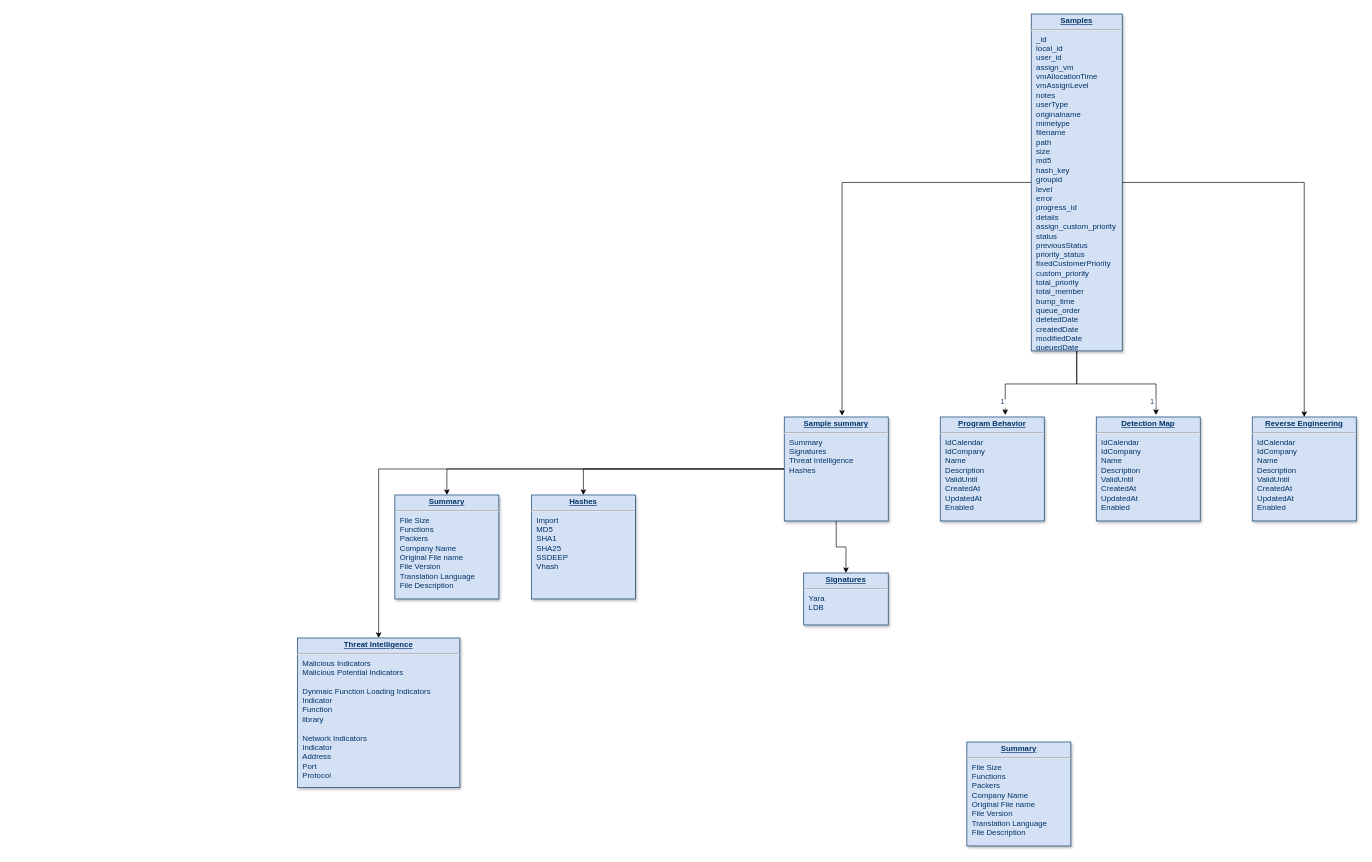
Above: Untitled Diagram.drawio in ayonsaha2011/actix-web-rest-api-with-jwt (draw.io), before the change. Source tidied: cells renumbered, new cells numbered last; positions are measured from the earlier drawing's top-left corner, leaving out a move shared by most shapes. Both pictures are drawn from the tidied source at 65%, with x=0, y=0 at pixel (297, 14).
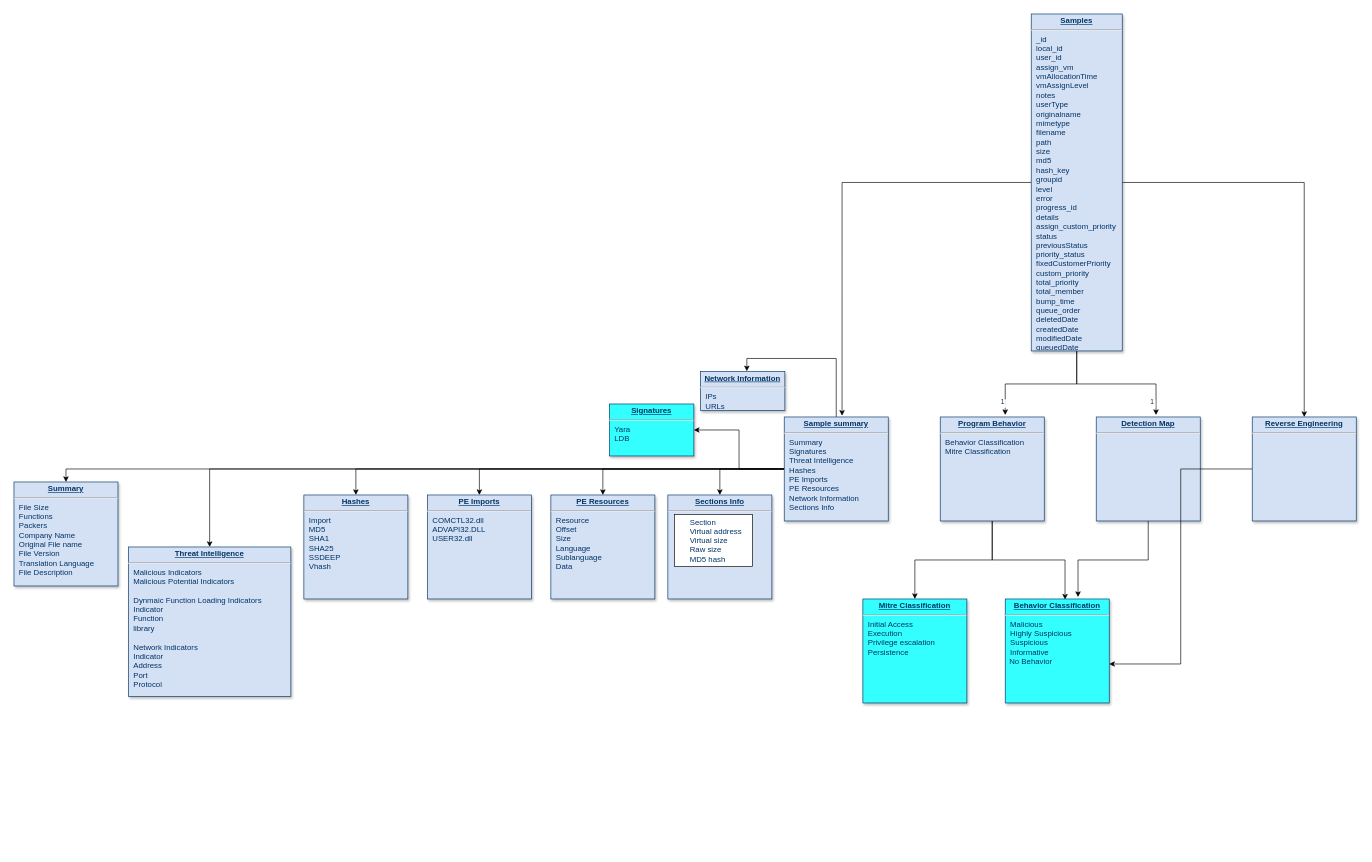
The same diagram, later.

Change to the diagram source:
```diff
@@
+    <mxCell id="22" style="edgeStyle=orthogonalEdgeStyle;rounded=0;jettySize=auto;html=1;entryX=0.5;entryY=0;entryDx=0;entryDy=0;" parent="1" edge="1" source="6" target="30">
+      <mxGeometry relative="1" as="geometry" />
+    </mxCell>
+    <mxCell id="23" style="edgeStyle=orthogonalEdgeStyle;rounded=0;jettySize=auto;html=1;entryX=0.5;entryY=0;entryDx=0;entryDy=0;" parent="1" edge="1" source="6" target="31">
+      <mxGeometry relative="1" as="geometry" />
+    </mxCell>
+    <mxCell id="24" style="edgeStyle=orthogonalEdgeStyle;rounded=0;jettySize=auto;html=1;entryX=0.55;entryY=-0.006;entryDx=0;entryDy=0;entryPerimeter=0;" parent="1" edge="1" source="6" target="21">
+      <mxGeometry relative="1" as="geometry" />
+    </mxCell>
+    <mxCell id="25" style="edgeStyle=orthogonalEdgeStyle;rounded=0;jettySize=auto;html=1;entryX=0.5;entryY=0;entryDx=0;entryDy=0;" parent="1" edge="1" source="6" target="32">
+      <mxGeometry relative="1" as="geometry" />
+    </mxCell>
-    <mxCell id="6" value="&lt;p style=&quot;margin: 4px 0px 0px ; text-align: center&quot;&gt;&lt;b&gt;&lt;u&gt;Sample summary&lt;/u&gt;&lt;/b&gt;&lt;br&gt;&lt;/p&gt;&lt;hr&gt;&lt;p style=&quot;margin: 0px ; margin-left: 8px&quot;&gt;Summary&lt;/p&gt;&lt;p style=&quot;margin: 0px ; margin-left: 8px&quot;&gt;Signatures&lt;br&gt;&lt;/p&gt;&lt;p style=&quot;margin: 0px ; margin-left: 8px&quot;&gt;Threat Intelligence&lt;br&gt;&lt;/p&gt;&lt;p style=&quot;margin: 0px ; margin-left: 8px&quot;&gt;Hashes&lt;br&gt;&lt;/p&gt;" style="verticalAlign=top;align=left;overflow=fill;fontSize=12;fontFamily=Helvetica;html=1;strokeColor=#003366;shadow=1;fillColor=#D4E1F5;fontColor=#003366;" parent="1" vertex="1">
+    <mxCell id="6" value="&lt;p style=&quot;margin: 4px 0px 0px ; text-align: center&quot;&gt;&lt;b&gt;&lt;u&gt;Sample summary&lt;/u&gt;&lt;/b&gt;&lt;br&gt;&lt;/p&gt;&lt;hr&gt;&lt;p style=&quot;margin: 0px ; margin-left: 8px&quot;&gt;Summary&lt;/p&gt;&lt;p style=&quot;margin: 0px ; margin-left: 8px&quot;&gt;Signatures&lt;br&gt;&lt;/p&gt;&lt;p style=&quot;margin: 0px ; margin-left: 8px&quot;&gt;Threat Intelligence&lt;br&gt;&lt;/p&gt;&lt;p style=&quot;margin: 0px ; margin-left: 8px&quot;&gt;Hashes&lt;br&gt;&lt;/p&gt;&lt;p style=&quot;margin: 0px ; margin-left: 8px&quot;&gt;PE Imports&lt;br&gt;&lt;/p&gt;&lt;p style=&quot;margin: 0px ; margin-left: 8px&quot;&gt;PE Resources&lt;br&gt;&lt;/p&gt;&lt;p style=&quot;margin: 0px ; margin-left: 8px&quot;&gt;Network Information&lt;br&gt;&lt;/p&gt;&lt;p style=&quot;margin: 0px ; margin-left: 8px&quot;&gt;Sections Info&lt;br&gt;&lt;/p&gt;" style="verticalAlign=top;align=left;overflow=fill;fontSize=12;fontFamily=Helvetica;html=1;strokeColor=#003366;shadow=1;fillColor=#D4E1F5;fontColor=#003366;" parent="1" vertex="1">
       <mxGeometry x="749" y="620" width="160" height="160" as="geometry" />
     </mxCell>
@@
+    <mxCell id="26" style="edgeStyle=orthogonalEdgeStyle;rounded=0;jettySize=auto;html=1;entryX=0.575;entryY=0.006;entryDx=0;entryDy=0;entryPerimeter=0;" parent="1" edge="1" source="12" target="34">
+      <mxGeometry relative="1" as="geometry" />
+    </mxCell>
+    <mxCell id="27" style="edgeStyle=orthogonalEdgeStyle;rounded=0;jettySize=auto;html=1;entryX=0.5;entryY=0;entryDx=0;entryDy=0;" parent="1" edge="1" source="12" target="35">
+      <mxGeometry relative="1" as="geometry" />
+    </mxCell>
-    <mxCell id="12" value="&lt;p style=&quot;margin: 4px 0px 0px ; text-align: center&quot;&gt;&lt;b&gt;&lt;u&gt;Program Behavior&lt;/u&gt;&lt;/b&gt;&lt;br&gt;&lt;/p&gt;&lt;hr&gt;&lt;p style=&quot;margin: 0px ; margin-left: 8px&quot;&gt;IdCalendar&lt;/p&gt;&lt;p style=&quot;margin: 0px ; margin-left: 8px&quot;&gt;IdCompany&lt;/p&gt;&lt;p style=&quot;margin: 0px ; margin-left: 8px&quot;&gt;Name&lt;/p&gt;&lt;p style=&quot;margin: 0px ; margin-left: 8px&quot;&gt;Description&lt;/p&gt;&lt;p style=&quot;margin: 0px ; margin-left: 8px&quot;&gt;ValidUntil&lt;/p&gt;&lt;p style=&quot;margin: 0px ; margin-left: 8px&quot;&gt;CreatedAt&lt;/p&gt;&lt;p style=&quot;margin: 0px ; margin-left: 8px&quot;&gt;UpdatedAt&lt;/p&gt;&lt;p style=&quot;margin: 0px ; margin-left: 8px&quot;&gt;Enabled&lt;/p&gt;" style="verticalAlign=top;align=left;overflow=fill;fontSize=12;fontFamily=Helvetica;html=1;strokeColor=#003366;shadow=1;fillColor=#D4E1F5;fontColor=#003366;" parent="1" vertex="1">
+    <mxCell id="12" value="&lt;p style=&quot;margin: 4px 0px 0px ; text-align: center&quot;&gt;&lt;b&gt;&lt;u&gt;Program Behavior&lt;/u&gt;&lt;/b&gt;&lt;br&gt;&lt;/p&gt;&lt;hr&gt;&lt;p style=&quot;margin: 0px ; margin-left: 8px&quot;&gt;Behavior Classification&lt;br&gt;&lt;/p&gt;&lt;p style=&quot;margin: 0px ; margin-left: 8px&quot;&gt;Mitre Classification&lt;br&gt;&lt;/p&gt;&lt;p style=&quot;margin: 0px ; margin-left: 8px&quot;&gt;&lt;br&gt;&lt;/p&gt;" style="verticalAlign=top;align=left;overflow=fill;fontSize=12;fontFamily=Helvetica;html=1;strokeColor=#003366;shadow=1;fillColor=#D4E1F5;fontColor=#003366;" parent="1" vertex="1">
       <mxGeometry x="989" y="620" width="160" height="160" as="geometry" />
     </mxCell>
@@
+    <mxCell id="28" style="edgeStyle=orthogonalEdgeStyle;rounded=0;jettySize=auto;html=1;entryX=0.7;entryY=-0.019;entryDx=0;entryDy=0;entryPerimeter=0;" parent="1" edge="1" source="14" target="34">
+      <mxGeometry relative="1" as="geometry" />
+    </mxCell>
-    <mxCell id="14" value="&lt;p style=&quot;margin: 4px 0px 0px ; text-align: center&quot;&gt;&lt;b&gt;&lt;u&gt;Detection Map&lt;/u&gt;&lt;/b&gt;&lt;br&gt;&lt;/p&gt;&lt;hr&gt;&lt;p style=&quot;margin: 0px ; margin-left: 8px&quot;&gt;IdCalendar&lt;/p&gt;&lt;p style=&quot;margin: 0px ; margin-left: 8px&quot;&gt;IdCompany&lt;/p&gt;&lt;p style=&quot;margin: 0px ; margin-left: 8px&quot;&gt;Name&lt;/p&gt;&lt;p style=&quot;margin: 0px ; margin-left: 8px&quot;&gt;Description&lt;/p&gt;&lt;p style=&quot;margin: 0px ; margin-left: 8px&quot;&gt;ValidUntil&lt;/p&gt;&lt;p style=&quot;margin: 0px ; margin-left: 8px&quot;&gt;CreatedAt&lt;/p&gt;&lt;p style=&quot;margin: 0px ; margin-left: 8px&quot;&gt;UpdatedAt&lt;/p&gt;&lt;p style=&quot;margin: 0px ; margin-left: 8px&quot;&gt;Enabled&lt;/p&gt;" style="verticalAlign=top;align=left;overflow=fill;fontSize=12;fontFamily=Helvetica;html=1;strokeColor=#003366;shadow=1;fillColor=#D4E1F5;fontColor=#003366;" parent="1" vertex="1">
+    <mxCell id="14" value="&lt;p style=&quot;margin: 4px 0px 0px ; text-align: center&quot;&gt;&lt;b&gt;&lt;u&gt;Detection Map&lt;/u&gt;&lt;/b&gt;&lt;br&gt;&lt;/p&gt;&lt;hr&gt;&lt;p style=&quot;margin: 0px ; margin-left: 8px&quot;&gt;&lt;br&gt;&lt;/p&gt;" style="verticalAlign=top;align=left;overflow=fill;fontSize=12;fontFamily=Helvetica;html=1;strokeColor=#003366;shadow=1;fillColor=#D4E1F5;fontColor=#003366;" parent="1" vertex="1">
       <mxGeometry x="1229" y="620" width="160" height="160" as="geometry" />
     </mxCell>
@@
+    <mxCell id="29" style="edgeStyle=orthogonalEdgeStyle;rounded=0;jettySize=auto;html=1;entryX=1;entryY=0.625;entryDx=0;entryDy=0;entryPerimeter=0;" parent="1" edge="1" source="16" target="34">
+      <mxGeometry relative="1" as="geometry" />
+    </mxCell>
-    <mxCell id="16" value="&lt;p style=&quot;margin: 4px 0px 0px ; text-align: center&quot;&gt;&lt;b&gt;&lt;u&gt;Reverse Engineering&lt;/u&gt;&lt;/b&gt;&lt;br&gt;&lt;/p&gt;&lt;hr&gt;&lt;p style=&quot;margin: 0px ; margin-left: 8px&quot;&gt;IdCalendar&lt;/p&gt;&lt;p style=&quot;margin: 0px ; margin-left: 8px&quot;&gt;IdCompany&lt;/p&gt;&lt;p style=&quot;margin: 0px ; margin-left: 8px&quot;&gt;Name&lt;/p&gt;&lt;p style=&quot;margin: 0px ; margin-left: 8px&quot;&gt;Description&lt;/p&gt;&lt;p style=&quot;margin: 0px ; margin-left: 8px&quot;&gt;ValidUntil&lt;/p&gt;&lt;p style=&quot;margin: 0px ; margin-left: 8px&quot;&gt;CreatedAt&lt;/p&gt;&lt;p style=&quot;margin: 0px ; margin-left: 8px&quot;&gt;UpdatedAt&lt;/p&gt;&lt;p style=&quot;margin: 0px ; margin-left: 8px&quot;&gt;Enabled&lt;/p&gt;" style="verticalAlign=top;align=left;overflow=fill;fontSize=12;fontFamily=Helvetica;html=1;strokeColor=#003366;shadow=1;fillColor=#D4E1F5;fontColor=#003366;" parent="1" vertex="1">
+    <mxCell id="16" value="&lt;p style=&quot;margin: 4px 0px 0px ; text-align: center&quot;&gt;&lt;b&gt;&lt;u&gt;Reverse Engineering&lt;/u&gt;&lt;/b&gt;&lt;br&gt;&lt;/p&gt;&lt;hr&gt;&lt;p style=&quot;margin: 0px ; margin-left: 8px&quot;&gt;&lt;br&gt;&lt;/p&gt;" style="verticalAlign=top;align=left;overflow=fill;fontSize=12;fontFamily=Helvetica;html=1;strokeColor=#003366;shadow=1;fillColor=#D4E1F5;fontColor=#003366;" parent="1" vertex="1">
       <mxGeometry x="1469" y="620" width="160" height="160" as="geometry" />
     </mxCell>
-    <mxCell id="17" value="&lt;p style=&quot;margin: 4px 0px 0px ; text-align: center&quot;&gt;&lt;b&gt;&lt;u&gt;Signatures&lt;/u&gt;&lt;/b&gt;&lt;br&gt;&lt;/p&gt;&lt;hr&gt;&lt;p style=&quot;margin: 0px ; margin-left: 8px&quot;&gt;Yara&lt;br&gt;&lt;/p&gt;&lt;p style=&quot;margin: 0px ; margin-left: 8px&quot;&gt;LDB&lt;/p&gt;" style="verticalAlign=top;align=left;overflow=fill;fontSize=12;fontFamily=Helvetica;html=1;strokeColor=#003366;shadow=1;fillColor=#D4E1F5;fontColor=#003366;" parent="1" vertex="1">
-      <mxGeometry x="779" y="860" width="130" height="80" as="geometry" />
+    <mxCell id="17" value="&lt;p style=&quot;margin: 4px 0px 0px ; text-align: center&quot;&gt;&lt;b&gt;&lt;u&gt;Signatures&lt;/u&gt;&lt;/b&gt;&lt;br&gt;&lt;/p&gt;&lt;hr&gt;&lt;p style=&quot;margin: 0px ; margin-left: 8px&quot;&gt;Yara&lt;br&gt;&lt;/p&gt;&lt;p style=&quot;margin: 0px ; margin-left: 8px&quot;&gt;LDB&lt;/p&gt;" style="verticalAlign=top;align=left;overflow=fill;fontSize=12;fontFamily=Helvetica;html=1;strokeColor=#003366;shadow=1;fillColor=#33FFFF;fontColor=#003366;" parent="1" vertex="1">
+      <mxGeometry x="480" y="600" width="130" height="80" as="geometry" />
     </mxCell>
     <mxCell id="18" value="&lt;p style=&quot;margin: 4px 0px 0px ; text-align: center&quot;&gt;&lt;b&gt;&lt;u&gt;Summary&lt;/u&gt;&lt;/b&gt;&lt;br&gt;&lt;/p&gt;&lt;hr&gt;&lt;p style=&quot;margin: 0px ; margin-left: 8px&quot;&gt;File Size&lt;/p&gt;&lt;p style=&quot;margin: 0px ; margin-left: 8px&quot;&gt;Functions&lt;br&gt;&lt;/p&gt;&lt;p style=&quot;margin: 0px ; margin-left: 8px&quot;&gt;Packers&lt;br&gt;&lt;/p&gt;&lt;p style=&quot;margin: 0px ; margin-left: 8px&quot;&gt;Company Name&lt;/p&gt;&lt;p style=&quot;margin: 0px ; margin-left: 8px&quot;&gt;Original File name&lt;/p&gt;&lt;p style=&quot;margin: 0px ; margin-left: 8px&quot;&gt;File Version&lt;/p&gt;&lt;p style=&quot;margin: 0px ; margin-left: 8px&quot;&gt;Translation Language&lt;/p&gt;&lt;p style=&quot;margin: 0px ; margin-left: 8px&quot;&gt;File Description&lt;/p&gt;" style="verticalAlign=top;align=left;overflow=fill;fontSize=12;fontFamily=Helvetica;html=1;strokeColor=#003366;shadow=1;fillColor=#D4E1F5;fontColor=#003366;" parent="1" vertex="1">
-      <mxGeometry x="150" y="740" width="160" height="160" as="geometry" />
+      <mxGeometry x="-436" y="720" width="160" height="160" as="geometry" />
     </mxCell>
     <mxCell id="19" value="&lt;p style=&quot;margin: 4px 0px 0px ; text-align: center&quot;&gt;&lt;b&gt;&lt;u&gt;Threat Intelligence&lt;/u&gt;&lt;/b&gt;&lt;br&gt;&lt;/p&gt;&lt;hr&gt;&lt;p style=&quot;margin: 0px ; margin-left: 8px&quot;&gt;Malicious Indicators&lt;br&gt;&lt;/p&gt;&lt;p style=&quot;margin: 0px ; margin-left: 8px&quot;&gt;Malicious Potential Indicators&lt;br&gt;&lt;/p&gt;&lt;p style=&quot;margin: 0px ; margin-left: 8px&quot;&gt;&lt;br&gt;&lt;/p&gt;&lt;p style=&quot;margin: 0px ; margin-left: 8px&quot;&gt;Dynmaic Function Loading Indicators&lt;br&gt;&lt;/p&gt;&lt;p style=&quot;margin: 0px ; margin-left: 8px&quot;&gt;Indicator&lt;br&gt;&lt;/p&gt;&lt;p style=&quot;margin: 0px ; margin-left: 8px&quot;&gt;Function&lt;br&gt;&lt;/p&gt;&lt;p style=&quot;margin: 0px ; margin-left: 8px&quot;&gt;library&lt;br&gt;&lt;/p&gt;&lt;p style=&quot;margin: 0px ; margin-left: 8px&quot;&gt;&lt;br&gt;&lt;/p&gt;&lt;p style=&quot;margin: 0px ; margin-left: 8px&quot;&gt;Network Indicators&lt;br&gt;&lt;/p&gt;&lt;p style=&quot;margin: 0px ; margin-left: 8px&quot;&gt;Indicator&lt;br&gt;&lt;/p&gt;&lt;p style=&quot;margin: 0px ; margin-left: 8px&quot;&gt;Address&lt;br&gt;&lt;/p&gt;&lt;p style=&quot;margin: 0px ; margin-left: 8px&quot;&gt;Port&lt;br&gt;&lt;/p&gt;&lt;p style=&quot;margin: 0px ; margin-left: 8px&quot;&gt;Protocol&lt;br&gt;&lt;/p&gt;&lt;p style=&quot;margin: 0px ; margin-left: 8px&quot;&gt;&lt;br&gt;&lt;/p&gt;&lt;p style=&quot;margin: 0px ; margin-left: 8px&quot;&gt;&lt;br&gt;&lt;/p&gt;&lt;p style=&quot;margin: 0px ; margin-left: 8px&quot;&gt;&lt;br&gt;&lt;/p&gt;" style="verticalAlign=top;align=left;overflow=fill;fontSize=12;fontFamily=Helvetica;html=1;strokeColor=#003366;shadow=1;fillColor=#D4E1F5;fontColor=#003366;" parent="1" vertex="1">
-      <mxGeometry y="960" width="250" height="230" as="geometry" />
+      <mxGeometry x="-260" y="820" width="250" height="230" as="geometry" />
     </mxCell>
     <mxCell id="20" value="&lt;p style=&quot;margin: 4px 0px 0px ; text-align: center&quot;&gt;&lt;b&gt;&lt;u&gt;Hashes&lt;/u&gt;&lt;/b&gt;&lt;br&gt;&lt;/p&gt;&lt;hr&gt;&lt;p style=&quot;margin: 0px ; margin-left: 8px&quot;&gt;Import&lt;br&gt;&lt;/p&gt;&lt;p style=&quot;margin: 0px ; margin-left: 8px&quot;&gt;MD5&lt;br&gt;&lt;/p&gt;&lt;p style=&quot;margin: 0px ; margin-left: 8px&quot;&gt;SHA1&lt;br&gt;&lt;/p&gt;&lt;p style=&quot;margin: 0px ; margin-left: 8px&quot;&gt;SHA25&lt;br&gt;&lt;/p&gt;&lt;p style=&quot;margin: 0px ; margin-left: 8px&quot;&gt;SSDEEP&lt;br&gt;&lt;/p&gt;&lt;p style=&quot;margin: 0px ; margin-left: 8px&quot;&gt;Vhash&lt;br&gt;&lt;/p&gt;&lt;p style=&quot;margin: 0px ; margin-left: 8px&quot;&gt;&lt;br&gt;&lt;/p&gt;&lt;p style=&quot;margin: 0px ; margin-left: 8px&quot;&gt;&lt;br&gt;&lt;/p&gt;&lt;p style=&quot;margin: 0px ; margin-left: 8px&quot;&gt;&lt;br&gt;&lt;/p&gt;&lt;p style=&quot;margin: 0px ; margin-left: 8px&quot;&gt;&lt;br&gt;&lt;/p&gt;" style="verticalAlign=top;align=left;overflow=fill;fontSize=12;fontFamily=Helvetica;html=1;strokeColor=#003366;shadow=1;fillColor=#D4E1F5;fontColor=#003366;" parent="1" vertex="1">
-      <mxGeometry x="360" y="740" width="160" height="160" as="geometry" />
+      <mxGeometry x="10" y="740" width="160" height="160" as="geometry" />
     </mxCell>
-    <mxCell id="21" value="&lt;p style=&quot;margin: 4px 0px 0px ; text-align: center&quot;&gt;&lt;b&gt;&lt;u&gt;Summary&lt;/u&gt;&lt;/b&gt;&lt;br&gt;&lt;/p&gt;&lt;hr&gt;&lt;p style=&quot;margin: 0px ; margin-left: 8px&quot;&gt;File Size&lt;/p&gt;&lt;p style=&quot;margin: 0px ; margin-left: 8px&quot;&gt;Functions&lt;br&gt;&lt;/p&gt;&lt;p style=&quot;margin: 0px ; margin-left: 8px&quot;&gt;Packers&lt;br&gt;&lt;/p&gt;&lt;p style=&quot;margin: 0px ; margin-left: 8px&quot;&gt;Company Name&lt;/p&gt;&lt;p style=&quot;margin: 0px ; margin-left: 8px&quot;&gt;Original File name&lt;/p&gt;&lt;p style=&quot;margin: 0px ; margin-left: 8px&quot;&gt;File Version&lt;/p&gt;&lt;p style=&quot;margin: 0px ; margin-left: 8px&quot;&gt;Translation Language&lt;/p&gt;&lt;p style=&quot;margin: 0px ; margin-left: 8px&quot;&gt;File Description&lt;/p&gt;" style="verticalAlign=top;align=left;overflow=fill;fontSize=12;fontFamily=Helvetica;html=1;strokeColor=#003366;shadow=1;fillColor=#D4E1F5;fontColor=#003366;" parent="1" vertex="1">
-      <mxGeometry x="1030" y="1120" width="160" height="160" as="geometry" />
+    <mxCell id="21" value="&lt;p style=&quot;margin: 4px 0px 0px ; text-align: center&quot;&gt;&lt;b&gt;&lt;u&gt;Network Information&lt;/u&gt;&lt;/b&gt;&lt;br&gt;&lt;/p&gt;&lt;hr&gt;&lt;p style=&quot;margin: 0px ; margin-left: 8px&quot;&gt;IPs&lt;/p&gt;&lt;p style=&quot;margin: 0px ; margin-left: 8px&quot;&gt;URLs&lt;/p&gt;&lt;p style=&quot;margin: 0px ; margin-left: 8px&quot;&gt;&lt;br&gt;&lt;/p&gt;&lt;p style=&quot;margin: 0px ; margin-left: 8px&quot;&gt;&lt;br&gt;&lt;/p&gt;&lt;p style=&quot;margin: 0px ; margin-left: 8px&quot;&gt;&lt;br&gt;&lt;/p&gt;&lt;p style=&quot;margin: 0px ; margin-left: 8px&quot;&gt;&lt;br&gt;&lt;/p&gt;&lt;p style=&quot;margin: 0px ; margin-left: 8px&quot;&gt;&lt;br&gt;&lt;/p&gt;&lt;p style=&quot;margin: 0px ; margin-left: 8px&quot;&gt;&lt;br&gt;&lt;/p&gt;&lt;p style=&quot;margin: 0px ; margin-left: 8px&quot;&gt;&lt;br&gt;&lt;/p&gt;" style="verticalAlign=top;align=left;overflow=fill;fontSize=12;fontFamily=Helvetica;html=1;strokeColor=#003366;shadow=1;fillColor=#D4E1F5;fontColor=#003366;" parent="1" vertex="1">
+      <mxGeometry x="620" y="550" width="130" height="60" as="geometry" />
     </mxCell>
+    <mxCell id="30" value="&lt;p style=&quot;margin: 4px 0px 0px ; text-align: center&quot;&gt;&lt;b&gt;&lt;u&gt;PE Imports&lt;/u&gt;&lt;/b&gt;&lt;br&gt;&lt;/p&gt;&lt;hr&gt;&lt;p style=&quot;margin: 0px ; margin-left: 8px&quot;&gt;COMCTL32.dll&lt;br&gt;&lt;/p&gt;&lt;p style=&quot;margin: 0px ; margin-left: 8px&quot;&gt;ADVAPI32.DLL&lt;br&gt;&lt;/p&gt;&lt;p style=&quot;margin: 0px ; margin-left: 8px&quot;&gt;USER32.dll&lt;/p&gt;&lt;p style=&quot;margin: 0px ; margin-left: 8px&quot;&gt;&lt;br&gt;&lt;/p&gt;&lt;p style=&quot;margin: 0px ; margin-left: 8px&quot;&gt;&lt;br&gt;&lt;/p&gt;&lt;p style=&quot;margin: 0px ; margin-left: 8px&quot;&gt;&lt;br&gt;&lt;/p&gt;&lt;p style=&quot;margin: 0px ; margin-left: 8px&quot;&gt;&lt;br&gt;&lt;/p&gt;" style="verticalAlign=top;align=left;overflow=fill;fontSize=12;fontFamily=Helvetica;html=1;strokeColor=#003366;shadow=1;fillColor=#D4E1F5;fontColor=#003366;" parent="1" vertex="1">
+      <mxGeometry x="200" y="740" width="160" height="160" as="geometry" />
+    </mxCell>
+    <mxCell id="31" value="&lt;p style=&quot;margin: 4px 0px 0px ; text-align: center&quot;&gt;&lt;b&gt;&lt;u&gt;PE Resources&lt;/u&gt;&lt;/b&gt;&lt;br&gt;&lt;/p&gt;&lt;hr&gt;&lt;p style=&quot;margin: 0px ; margin-left: 8px&quot;&gt;Resource&lt;br&gt;&lt;/p&gt;&lt;p style=&quot;margin: 0px ; margin-left: 8px&quot;&gt;Offset&lt;br&gt;&lt;/p&gt;&lt;p style=&quot;margin: 0px ; margin-left: 8px&quot;&gt;Size&lt;br&gt;&lt;/p&gt;&lt;p style=&quot;margin: 0px ; margin-left: 8px&quot;&gt;Language&lt;br&gt;&lt;/p&gt;&lt;p style=&quot;margin: 0px ; margin-left: 8px&quot;&gt;Sublanguage&lt;br&gt;&lt;/p&gt;&lt;p style=&quot;margin: 0px ; margin-left: 8px&quot;&gt;Data&lt;br&gt;&lt;/p&gt;&lt;p style=&quot;margin: 0px ; margin-left: 8px&quot;&gt;&lt;br&gt;&lt;/p&gt;&lt;p style=&quot;margin: 0px ; margin-left: 8px&quot;&gt;&lt;br&gt;&lt;/p&gt;&lt;p style=&quot;margin: 0px ; margin-left: 8px&quot;&gt;&lt;br&gt;&lt;/p&gt;&lt;p style=&quot;margin: 0px ; margin-left: 8px&quot;&gt;&lt;br&gt;&lt;/p&gt;" style="verticalAlign=top;align=left;overflow=fill;fontSize=12;fontFamily=Helvetica;html=1;strokeColor=#003366;shadow=1;fillColor=#D4E1F5;fontColor=#003366;" parent="1" vertex="1">
+      <mxGeometry x="390" y="740" width="160" height="160" as="geometry" />
+    </mxCell>
+    <mxCell id="32" value="&lt;p style=&quot;margin: 4px 0px 0px ; text-align: center&quot;&gt;&lt;b&gt;&lt;u&gt;Sections Info&lt;/u&gt;&lt;/b&gt;&lt;br&gt;&lt;/p&gt;&lt;hr&gt;&lt;p style=&quot;margin: 0px ; margin-left: 8px&quot;&gt;&lt;br&gt;&lt;/p&gt;&lt;p style=&quot;margin: 0px ; margin-left: 8px&quot;&gt;&lt;br&gt;&lt;/p&gt;&lt;p style=&quot;margin: 0px ; margin-left: 8px&quot;&gt;&lt;br&gt;&lt;/p&gt;&lt;p style=&quot;margin: 0px ; margin-left: 8px&quot;&gt;&lt;br&gt;&lt;/p&gt;&lt;p style=&quot;margin: 0px ; margin-left: 8px&quot;&gt;&lt;br&gt;&lt;/p&gt;" style="verticalAlign=top;align=left;overflow=fill;fontSize=12;fontFamily=Helvetica;html=1;strokeColor=#003366;shadow=1;fillColor=#D4E1F5;fontColor=#003366;" parent="1" vertex="1">
+      <mxGeometry x="570" y="740" width="160" height="160" as="geometry" />
+    </mxCell>
+    <mxCell id="33" value="&lt;p style=&quot;color: rgb(0 , 51 , 102) ; text-align: left ; margin: 0px 0px 0px 8px&quot;&gt;Section&lt;br&gt;&lt;/p&gt;&lt;p style=&quot;color: rgb(0 , 51 , 102) ; text-align: left ; margin: 0px 0px 0px 8px&quot;&gt;Virtual address&lt;br&gt;&lt;/p&gt;&lt;p style=&quot;color: rgb(0 , 51 , 102) ; text-align: left ; margin: 0px 0px 0px 8px&quot;&gt;Virtual size&lt;br&gt;&lt;/p&gt;&lt;p style=&quot;color: rgb(0 , 51 , 102) ; text-align: left ; margin: 0px 0px 0px 8px&quot;&gt;Raw size&lt;br&gt;&lt;/p&gt;&lt;p style=&quot;color: rgb(0 , 51 , 102) ; text-align: left ; margin: 0px 0px 0px 8px&quot;&gt;MD5 hash&lt;/p&gt;" style="rounded=0;whiteSpace=wrap;html=1;" parent="1" vertex="1">
+      <mxGeometry x="580" y="770" width="120" height="80" as="geometry" />
+    </mxCell>
+    <mxCell id="34" value="&lt;p style=&quot;margin: 4px 0px 0px ; text-align: center&quot;&gt;&lt;b&gt;&lt;u&gt;Behavior Classification&lt;/u&gt;&lt;/b&gt;&lt;br&gt;&lt;/p&gt;&lt;hr&gt;&lt;p style=&quot;margin: 0px ; margin-left: 8px&quot;&gt;Malicious&lt;br&gt;&lt;/p&gt;&lt;p style=&quot;margin: 0px ; margin-left: 8px&quot;&gt;Highly Suspicious&lt;br&gt;&lt;/p&gt;&lt;p style=&quot;margin: 0px ; margin-left: 8px&quot;&gt;Suspicious&lt;br&gt;&lt;/p&gt;&lt;p style=&quot;margin: 0px ; margin-left: 8px&quot;&gt;Informative&lt;br&gt;&lt;/p&gt;&lt;p style=&quot;margin: 0px ; margin-left: 8px&quot;&gt;&lt;/p&gt;&amp;nbsp; No Behavior" style="verticalAlign=top;align=left;overflow=fill;fontSize=12;fontFamily=Helvetica;html=1;strokeColor=#003366;shadow=1;fillColor=#33FFFF;fontColor=#003366;" parent="1" vertex="1">
+      <mxGeometry x="1089" y="900" width="160" height="160" as="geometry" />
+    </mxCell>
+    <mxCell id="35" value="&lt;p style=&quot;margin: 4px 0px 0px ; text-align: center&quot;&gt;&lt;b&gt;&lt;u&gt;Mitre Classification&lt;/u&gt;&lt;/b&gt;&lt;br&gt;&lt;/p&gt;&lt;hr&gt;&lt;p style=&quot;margin: 0px ; margin-left: 8px&quot;&gt;Initial Access&lt;br&gt;&lt;/p&gt;&lt;p style=&quot;margin: 0px ; margin-left: 8px&quot;&gt;Execution&lt;br&gt;&lt;/p&gt;&lt;p style=&quot;margin: 0px ; margin-left: 8px&quot;&gt;Privilege escalation&lt;br&gt;&lt;/p&gt;&lt;p style=&quot;margin: 0px ; margin-left: 8px&quot;&gt;Persistence&lt;br&gt;&lt;/p&gt;&lt;p style=&quot;margin: 0px ; margin-left: 8px&quot;&gt;&lt;br&gt;&lt;/p&gt;" style="verticalAlign=top;align=left;overflow=fill;fontSize=12;fontFamily=Helvetica;html=1;strokeColor=#003366;shadow=1;fillColor=#33FFFF;fontColor=#003366;" parent="1" vertex="1">
+      <mxGeometry x="870" y="900" width="160" height="160" as="geometry" />
+    </mxCell>
```
